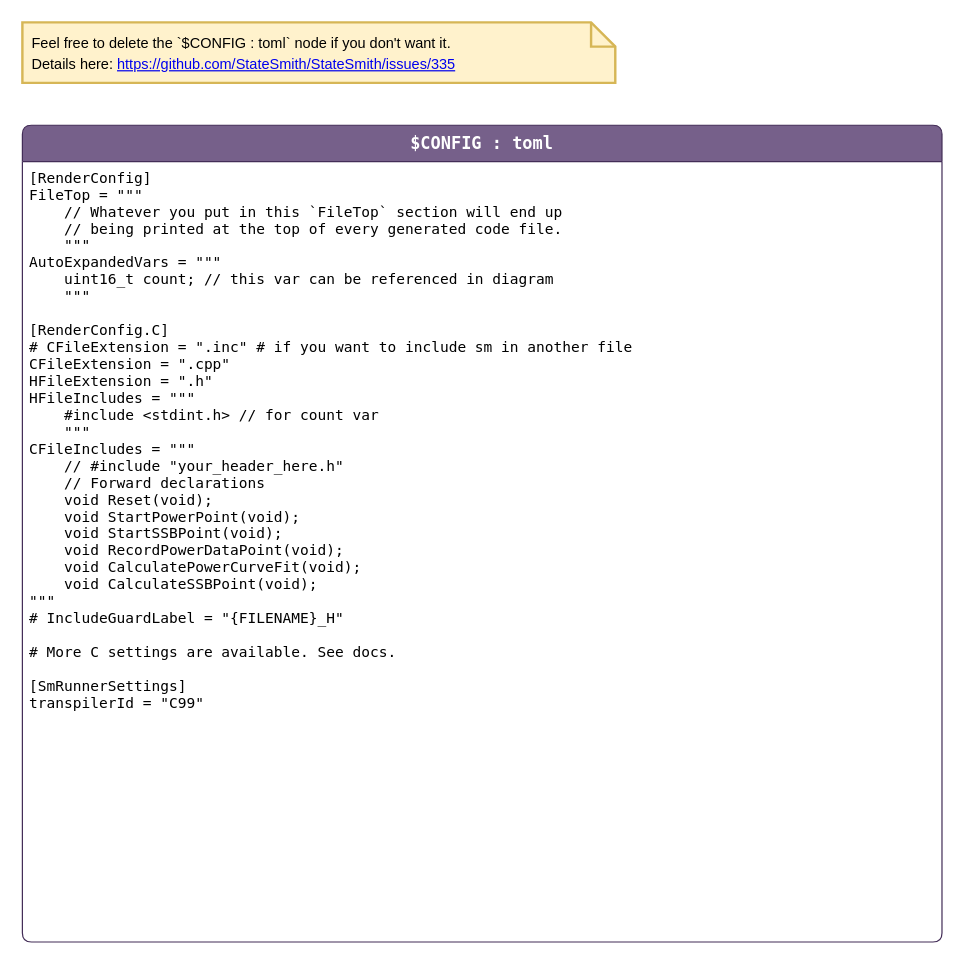
Above: page "config" (2 of 3) of code/src/PhoenixSketch/PowerCalSm.drawio in KI3P/Phoenix (draw.io), before the change. Source tidied: cells renumbered, new cells numbered last; positions are measured from the earlier drawing's top-left corner, leaving out a move shared by most shapes. Both pictures are drawn from the tidied source at 121%, with x=0, y=0 at pixel (22, 22).
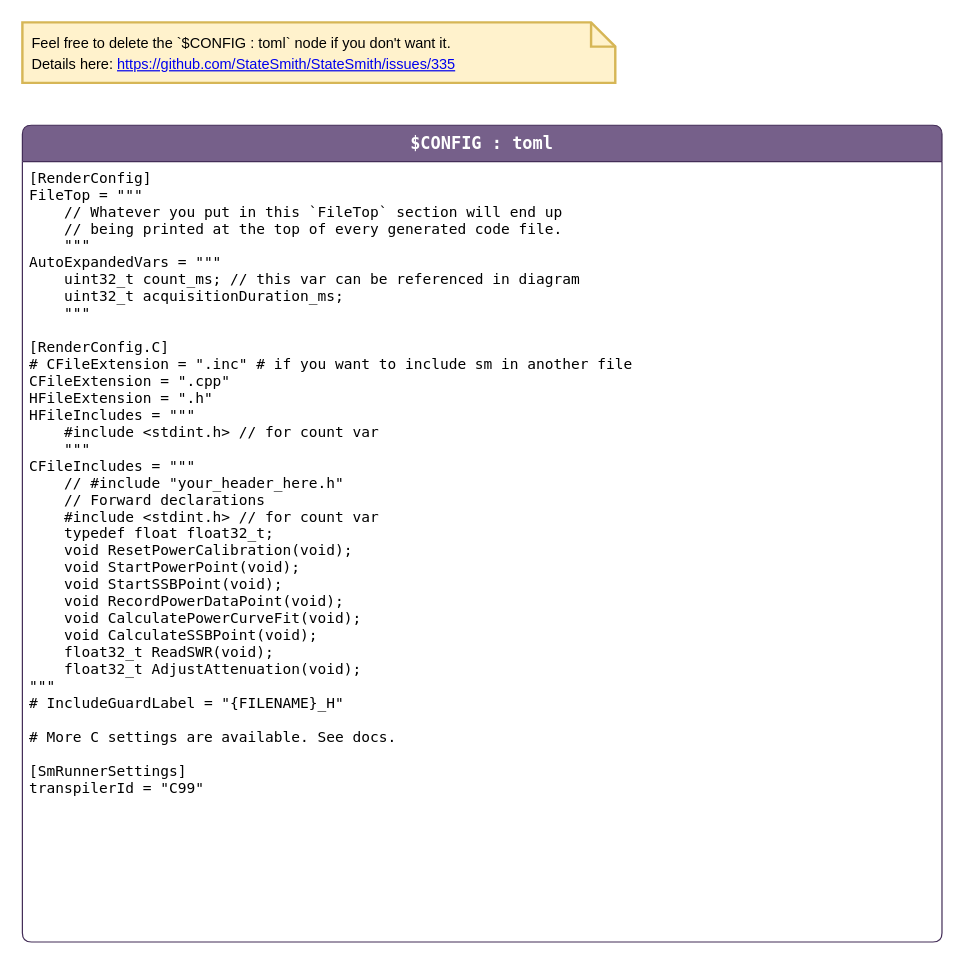
After the change.

What changed in the source:
```diff
@@
 <mxGraphModel>
   <root>
     <mxCell id="0" />
     <mxCell id="1" parent="0" />
     <mxCell id="2" value="$CONFIG : toml" style="shape=swimlane;align=center;verticalAlign=top;fontFamily=Lucida Console;startSize=30;fontSize=14;fontStyle=1;swimlaneFillColor=default;rounded=1;arcSize=15;absoluteArcSize=1;fillColor=#76608a;strokeColor=#432D57;fontColor=#ffffff;" parent="1" vertex="1">
       <mxGeometry y="85" width="760" height="675" as="geometry" />
     </mxCell>
-    <mxCell id="3" value="[RenderConfig]&#10;FileTop = &quot;&quot;&quot;&#10;    // Whatever you put in this `FileTop` section will end up &#10;    // being printed at the top of every generated code file.&#10;    &quot;&quot;&quot;&#10;AutoExpandedVars = &quot;&quot;&quot;&#10;    uint16_t count; // this var can be referenced in diagram&#10;    &quot;&quot;&quot;&#10;&#10;[RenderConfig.C]&#10;# CFileExtension = &quot;.inc&quot; # if you want to include sm in another file&#10;CFileExtension = &quot;.cpp&quot;&#10;HFileExtension = &quot;.h&quot;&#10;HFileIncludes = &quot;&quot;&quot;&#10;    #include &lt;stdint.h&gt; // for count var&#10;    &quot;&quot;&quot;&#10;CFileIncludes = &quot;&quot;&quot;&#10;    // #include &quot;your_header_here.h&quot;&#10;    // Forward declarations&#10;    void Reset(void);&#10;    void StartPowerPoint(void);&#10;    void StartSSBPoint(void);&#10;    void RecordPowerDataPoint(void);&#10;    void CalculatePowerCurveFit(void);&#10;    void CalculateSSBPoint(void);&#10;&quot;&quot;&quot;&#10;# IncludeGuardLabel = &quot;{FILENAME}_H&quot;&#10;&#10;# More C settings are available. See docs.&#10;&#10;[SmRunnerSettings]&#10;transpilerId = &quot;C99&quot;" style="fontFamily=Lucida Console;align=left;verticalAlign=top;fillColor=none;gradientColor=none;strokeColor=none;rounded=0;spacingLeft=4;" parent="2" vertex="1">
-      <mxGeometry y="30" width="350" height="470" as="geometry" />
+    <mxCell id="3" value="[RenderConfig]&#10;FileTop = &quot;&quot;&quot;&#10;    // Whatever you put in this `FileTop` section will end up &#10;    // being printed at the top of every generated code file.&#10;    &quot;&quot;&quot;&#10;AutoExpandedVars = &quot;&quot;&quot;&#10;    uint32_t count_ms; // this var can be referenced in diagram&#10;    uint32_t acquisitionDuration_ms;&#10;    &quot;&quot;&quot;&#10;&#10;[RenderConfig.C]&#10;# CFileExtension = &quot;.inc&quot; # if you want to include sm in another file&#10;CFileExtension = &quot;.cpp&quot;&#10;HFileExtension = &quot;.h&quot;&#10;HFileIncludes = &quot;&quot;&quot;&#10;    #include &lt;stdint.h&gt; // for count var&#10;    &quot;&quot;&quot;&#10;CFileIncludes = &quot;&quot;&quot;&#10;    // #include &quot;your_header_here.h&quot;&#10;    // Forward declarations&#10;    #include &lt;stdint.h&gt; // for count var&#10;    typedef float float32_t;&#10;    void ResetPowerCalibration(void);&#10;    void StartPowerPoint(void);&#10;    void StartSSBPoint(void);&#10;    void RecordPowerDataPoint(void);&#10;    void CalculatePowerCurveFit(void);&#10;    void CalculateSSBPoint(void);&#10;    float32_t ReadSWR(void);&#10;    float32_t AdjustAttenuation(void);&#10;&quot;&quot;&quot;&#10;# IncludeGuardLabel = &quot;{FILENAME}_H&quot;&#10;&#10;# More C settings are available. See docs.&#10;&#10;[SmRunnerSettings]&#10;transpilerId = &quot;C99&quot;" style="fontFamily=Lucida Console;align=left;verticalAlign=top;fillColor=none;gradientColor=none;strokeColor=none;rounded=0;spacingLeft=4;" parent="2" vertex="1">
+      <mxGeometry y="30" width="350" height="550" as="geometry" />
     </mxCell>
     <mxCell id="4" value="&lt;span style=&quot;color: rgb(0, 0, 0); font-size: 12px;&quot;&gt;Feel free to delete the `$CONFIG : toml` node if you don't want it.&lt;/span&gt;&lt;br style=&quot;color: rgb(0, 0, 0); font-size: 12px;&quot;&gt;&lt;span style=&quot;color: rgb(0, 0, 0); font-size: 12px;&quot;&gt;Details here:&amp;nbsp;&lt;/span&gt;&lt;a style=&quot;font-size: 12px;&quot; href=&quot;https://github.com/StateSmith/StateSmith/issues/335&quot;&gt;https://github.com/StateSmith/StateSmith/issues/335&lt;/a&gt;" style="shape=note;strokeWidth=2;fontSize=14;size=20;whiteSpace=wrap;html=1;fillColor=#fff2cc;strokeColor=#d6b656;fontColor=#2B2B00;align=left;spacingLeft=6;" parent="1" vertex="1">
       <mxGeometry width="490" height="50" as="geometry" />
     </mxCell>
   </root>
 </mxGraphModel>
```
